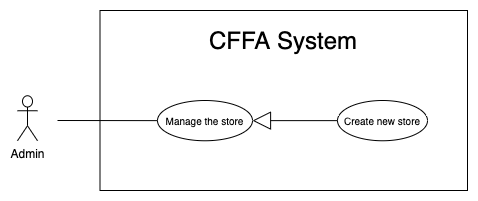
luannmdev/CapstoneDocument keeps this draw.io diagram as Users/HuuDN/UsecaseDiagram/Admin/Overview-CreateStore.png. Above is the earlier version. Source tidied: cells renumbered, new cells last; positions are measured from the earlier drawing's top-left corner, leaving out a move shared by most shapes. Source of this version:
```xml
<mxGraphModel>
  <root>
    <mxCell id="0" />
    <mxCell id="1" parent="0" />
    <mxCell id="2" style="rounded=0;whiteSpace=wrap;html=1;" parent="1" vertex="1">
      <mxGeometry x="82.5" width="367.5" height="180" as="geometry" />
    </mxCell>
    <mxCell id="3" value="&lt;span style=&quot;font-size: 24px&quot;&gt;CFFA System&lt;/span&gt;" style="text;html=1;strokeColor=none;fillColor=none;align=center;verticalAlign=middle;whiteSpace=wrap;rounded=0;" parent="1" vertex="1">
      <mxGeometry x="101.2" y="20" width="330" height="20" as="geometry" />
    </mxCell>
    <mxCell id="4" value="Admin" style="shape=umlActor;verticalLabelPosition=bottom;verticalAlign=top;html=1;" parent="1" vertex="1">
      <mxGeometry y="85.2" width="20" height="45" as="geometry" />
    </mxCell>
    <mxCell id="5" value="&lt;font size=&quot;1&quot;&gt;Manage the store&lt;/font&gt;" style="ellipse;whiteSpace=wrap;html=1;fillColor=#ffffff;gradientColor=none;" parent="1" vertex="1">
      <mxGeometry x="140" y="90" width="95" height="40.2" as="geometry" />
    </mxCell>
    <mxCell id="6" style="endArrow=none;html=1;rounded=0;" parent="1" edge="1" source="5">
      <mxGeometry relative="1" as="geometry">
        <mxPoint x="40" y="110" as="targetPoint" />
      </mxGeometry>
    </mxCell>
    <mxCell id="7" value="&lt;font style=&quot;font-size: 10px&quot;&gt;Create new store&lt;br&gt;&lt;/font&gt;" style="ellipse;whiteSpace=wrap;html=1;fillColor=#ffffff;gradientColor=none;" parent="1" vertex="1">
      <mxGeometry x="320" y="90" width="90" height="40.2" as="geometry" />
    </mxCell>
    <mxCell id="8" style="endArrow=block;endSize=16;endFill=0;html=1;entryX=1;entryY=0.5;entryDx=0;entryDy=0;exitX=0;exitY=0.5;exitDx=0;exitDy=0;" parent="1" edge="1" source="7" target="5">
      <mxGeometry relative="1" as="geometry" />
    </mxCell>
  </root>
</mxGraphModel>
```
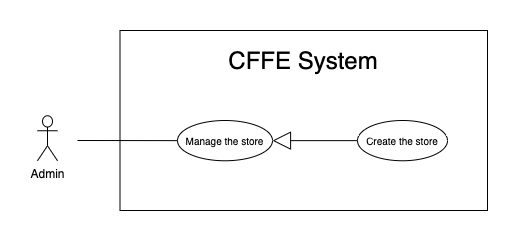
After the change.

Diff of the diagram source:
```diff
@@ -5,7 +5,7 @@
     <mxCell id="2" style="rounded=0;whiteSpace=wrap;html=1;" parent="1" vertex="1">
       <mxGeometry x="82.5" width="367.5" height="180" as="geometry" />
     </mxCell>
-    <mxCell id="3" value="&lt;span style=&quot;font-size: 24px&quot;&gt;CFFA System&lt;/span&gt;" style="text;html=1;strokeColor=none;fillColor=none;align=center;verticalAlign=middle;whiteSpace=wrap;rounded=0;" parent="1" vertex="1">
+    <mxCell id="3" value="&lt;span style=&quot;font-size: 24px&quot;&gt;CFFE System&lt;/span&gt;" style="text;html=1;strokeColor=none;fillColor=none;align=center;verticalAlign=middle;whiteSpace=wrap;rounded=0;" parent="1" vertex="1">
       <mxGeometry x="101.2" y="20" width="330" height="20" as="geometry" />
     </mxCell>
     <mxCell id="4" value="Admin" style="shape=umlActor;verticalLabelPosition=bottom;verticalAlign=top;html=1;" parent="1" vertex="1">
@@ -19,7 +19,7 @@
         <mxPoint x="40" y="110" as="targetPoint" />
       </mxGeometry>
     </mxCell>
-    <mxCell id="7" value="&lt;font style=&quot;font-size: 10px&quot;&gt;Create new store&lt;br&gt;&lt;/font&gt;" style="ellipse;whiteSpace=wrap;html=1;fillColor=#ffffff;gradientColor=none;" parent="1" vertex="1">
+    <mxCell id="7" value="&lt;font style=&quot;font-size: 10px&quot;&gt;Create the store&lt;br&gt;&lt;/font&gt;" style="ellipse;whiteSpace=wrap;html=1;fillColor=#ffffff;gradientColor=none;" parent="1" vertex="1">
       <mxGeometry x="320" y="90" width="90" height="40.2" as="geometry" />
     </mxCell>
     <mxCell id="8" style="endArrow=block;endSize=16;endFill=0;html=1;entryX=1;entryY=0.5;entryDx=0;entryDy=0;exitX=0;exitY=0.5;exitDx=0;exitDy=0;" parent="1" edge="1" source="7" target="5">
```
